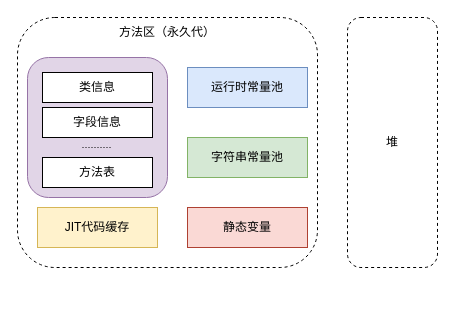
josek43326/draw.io keeps this draw.io diagram as page "运行时数据区域（旧）" (1 of 2) of java/java.drawio. Above is the earlier version. Source tidied: cells renumbered, new cells numbered last; positions are measured from the earlier drawing's top-left corner, leaving out a move shared by most shapes. Both pictures are drawn from the tidied source at 100%, with x=0, y=0 at pixel (17, 17).
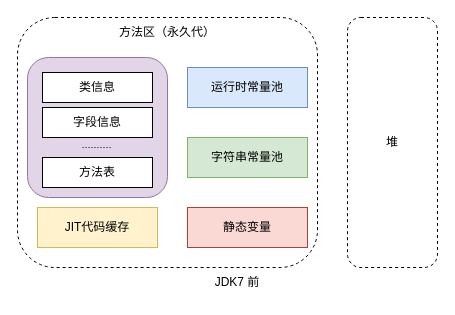
Above is the later version.

The edit, as a diff of the source:
```diff
@@
 <mxGraphModel>
   <root>
     <mxCell id="0" />
     <mxCell id="1" parent="0" />
     <mxCell id="2" style="rounded=1;whiteSpace=wrap;html=1;dashed=1;" parent="1" vertex="1">
       <mxGeometry width="300" height="250" as="geometry" />
     </mxCell>
     <mxCell id="3" style="rounded=1;whiteSpace=wrap;html=1;fillColor=#e1d5e7;strokeColor=#9673a6;" parent="1" vertex="1">
       <mxGeometry x="10" y="40" width="140" height="140" as="geometry" />
     </mxCell>
     <mxCell id="4" value="运行时常量池" style="rounded=0;whiteSpace=wrap;html=1;fillColor=#dae8fc;strokeColor=#6c8ebf;" parent="1" vertex="1">
       <mxGeometry x="170" y="50" width="120" height="40" as="geometry" />
     </mxCell>
     <mxCell id="5" value="JIT代码缓存" style="rounded=0;whiteSpace=wrap;html=1;fillColor=#fff2cc;strokeColor=#d6b656;" parent="1" vertex="1">
       <mxGeometry x="20" y="190" width="120" height="40" as="geometry" />
     </mxCell>
     <mxCell id="6" value="字符串常量池" style="rounded=0;whiteSpace=wrap;html=1;fillColor=#d5e8d4;strokeColor=#82b366;" parent="1" vertex="1">
       <mxGeometry x="170" y="120" width="120" height="40" as="geometry" />
     </mxCell>
     <mxCell id="7" value="静态变量" style="rounded=0;whiteSpace=wrap;html=1;fillColor=#fad9d5;strokeColor=#ae4132;" parent="1" vertex="1">
       <mxGeometry x="170" y="190" width="120" height="40" as="geometry" />
     </mxCell>
     <mxCell id="8" style="rounded=1;whiteSpace=wrap;html=1;dashed=1;" parent="1" vertex="1">
       <mxGeometry x="330" width="90" height="250" as="geometry" />
     </mxCell>
     <mxCell id="9" value="类信息" style="rounded=0;whiteSpace=wrap;html=1;" parent="1" vertex="1">
       <mxGeometry x="25" y="55" width="110" height="30" as="geometry" />
     </mxCell>
     <mxCell id="10" value="字段信息" style="rounded=0;whiteSpace=wrap;html=1;" parent="1" vertex="1">
       <mxGeometry x="25" y="90" width="110" height="30" as="geometry" />
     </mxCell>
     <mxCell id="11" value="方法表" style="rounded=0;whiteSpace=wrap;html=1;" parent="1" vertex="1">
       <mxGeometry x="25" y="140" width="110" height="30" as="geometry" />
     </mxCell>
     <mxCell id="12" style="endArrow=none;dashed=1;html=1;rounded=0;dashPattern=1 2;" parent="1" edge="1">
       <mxGeometry relative="1" as="geometry">
         <mxPoint x="65" y="130" as="sourcePoint" />
         <mxPoint x="95" y="130" as="targetPoint" />
       </mxGeometry>
     </mxCell>
     <mxCell id="13" value="堆" style="text;html=1;strokeColor=none;fillColor=none;align=center;verticalAlign=middle;whiteSpace=wrap;rounded=0;" parent="1" vertex="1">
       <mxGeometry x="345" y="110" width="60" height="30" as="geometry" />
     </mxCell>
     <mxCell id="14" value="方法区（永久代）" style="text;html=1;strokeColor=none;fillColor=none;align=center;verticalAlign=middle;whiteSpace=wrap;rounded=0;" parent="1" vertex="1">
       <mxGeometry x="100" width="100" height="30" as="geometry" />
     </mxCell>
+    <mxCell id="15" value="JDK7 前" style="text;html=1;strokeColor=none;fillColor=none;align=center;verticalAlign=middle;whiteSpace=wrap;rounded=0;" parent="1" vertex="1">
+      <mxGeometry x="190" y="250" width="60" height="30" as="geometry" />
+    </mxCell>
   </root>
 </mxGraphModel>
```
